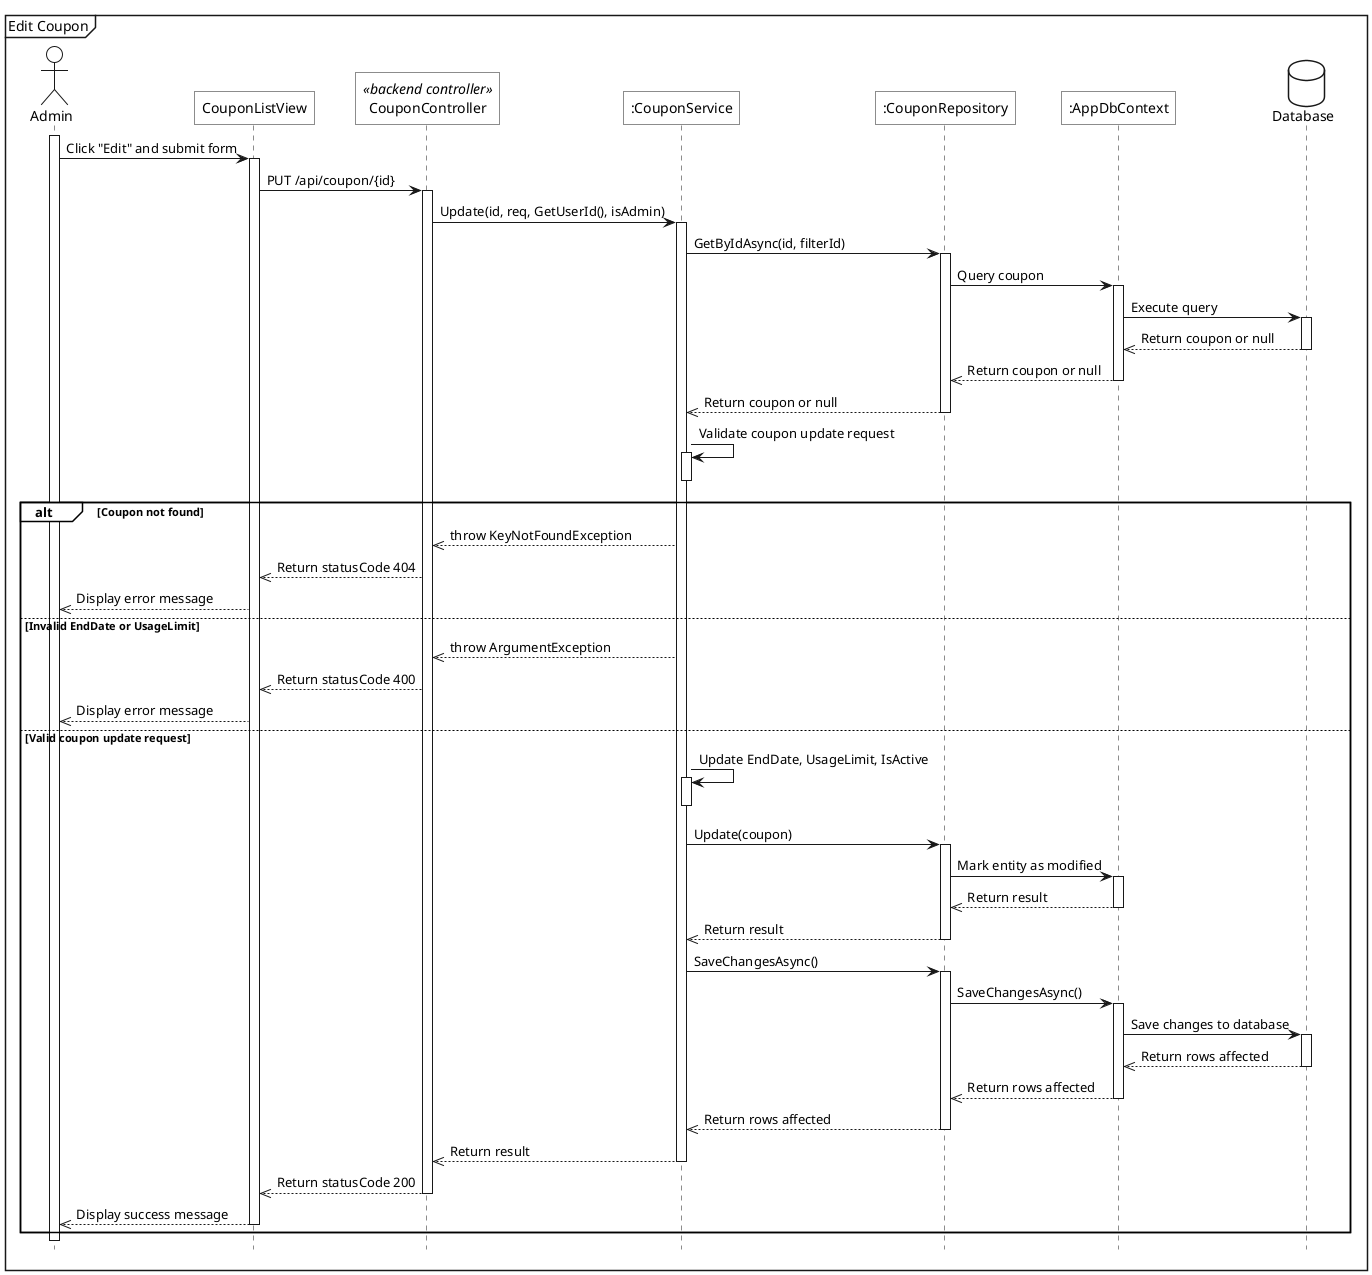
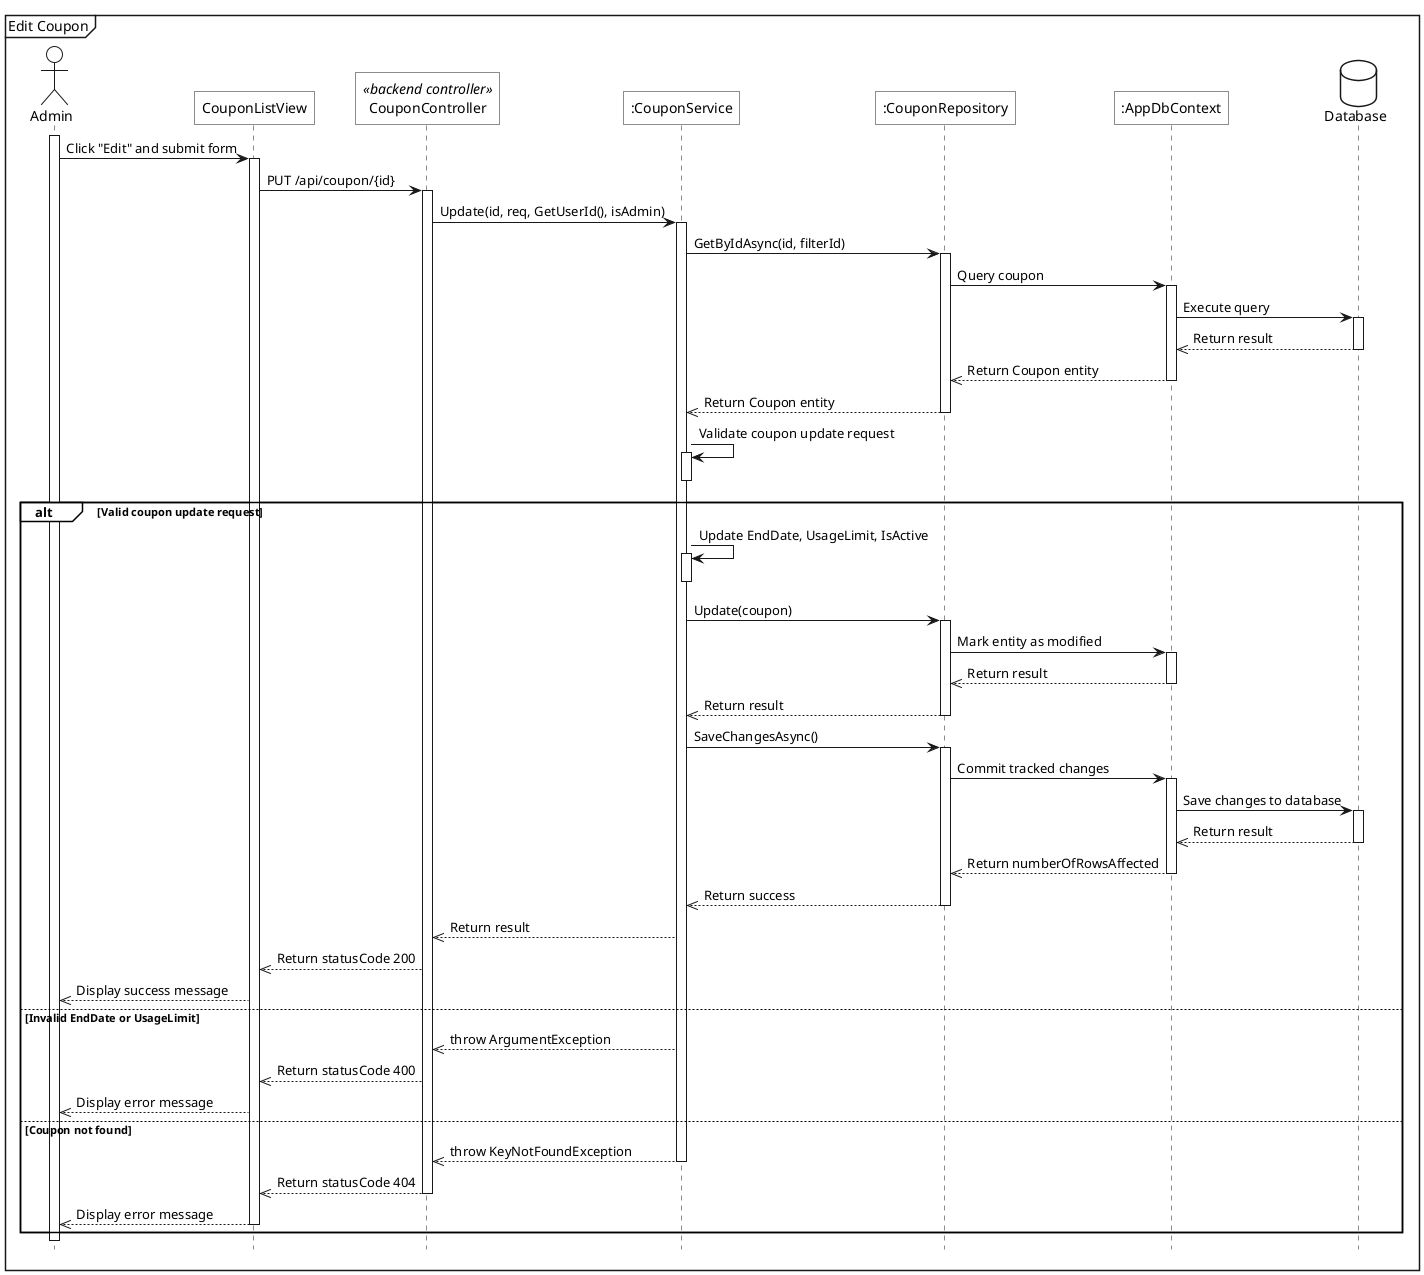
@startuml
<style>
    sequenceDiagram{
        actor{
            BackgroundColor white
            LineThickness 1.0
        }
        participant{
            BackgroundColor white
            RoundCorner 0
        }
        database{
            BackgroundColor white
        }
        groupHeader{
            BackgroundColor white
        }
        referenceHeader{
            BackgroundColor white
        }
        reference{
            BackgroundColor white
        }
    }
</style>

hide footbox

mainframe Edit Coupon

actor Admin as act
participant "CouponListView" as view
participant "CouponController" as be_ctrl <<backend controller>>
participant ":CouponService" as sv
participant ":CouponRepository" as repo
participant ":AppDbContext" as ctx
database Database as db

- act ++
- act -> view++: Click "Edit" and submit form
- view -> be_ctrl++: PUT /api/coupon/{id}
+ act++
+ act->view++: Click "Edit" and submit form
+ view->be_ctrl++: PUT /api/coupon/{id}

- be_ctrl -> sv++: Update(id, req, GetUserId(), isAdmin)
+ be_ctrl->sv++: Update(id, req, GetUserId(), isAdmin)

- sv -> repo++: GetByIdAsync(id, filterId)
- repo -> ctx++: Query coupon
- ctx -> db++: Execute query
- db -->> ctx--: Return coupon or null
- ctx -->> repo--: Return coupon or null
- repo -->> sv--: Return coupon or null
+ sv->repo++: GetByIdAsync(id, filterId)
+ repo->ctx++: Query coupon
+ ctx->db++: Execute query
+ db-->>ctx--: Return result
+ ctx-->>repo--: Return Coupon entity
+ repo-->>sv--: Return Coupon entity

- sv -> sv++: Validate coupon update request
- sv --
+ sv->sv++: Validate coupon update request
+ sv--

- alt Coupon not found
-     sv -->> be_ctrl: throw KeyNotFoundException
-     be_ctrl -->> view: Return statusCode 404
-     view -->> act: Display error message
+ alt Valid coupon update request
+     sv->sv++: Update EndDate, UsageLimit, IsActive
+     sv--
+ 
+     sv->repo++: Update(coupon)
+     repo->ctx++: Mark entity as modified
+     ctx-->>repo--: Return result
+     repo-->>sv--: Return result
+ 
+     sv->repo++: SaveChangesAsync()
+     repo->ctx++: Commit tracked changes
+     ctx->db++: Save changes to database
+     db-->>ctx--: Return result
+     ctx-->>repo--: Return numberOfRowsAffected
+     repo-->>sv--: Return success
+ 
+     sv-->>be_ctrl: Return result
+     be_ctrl-->>view: Return statusCode 200
+     view-->>act: Display success message
else Invalid EndDate or UsageLimit
-     sv -->> be_ctrl: throw ArgumentException
-     be_ctrl -->> view: Return statusCode 400
-     view -->> act: Display error message
- else Valid coupon update request
-     sv -> sv++: Update EndDate, UsageLimit, IsActive
-     sv --
- 
-     sv -> repo++: Update(coupon)
-     repo -> ctx++: Mark entity as modified
-     ctx -->> repo--: Return result
-     repo -->> sv--: Return result
- 
-     sv -> repo++: SaveChangesAsync()
-     repo -> ctx++: SaveChangesAsync()
-     ctx -> db++: Save changes to database
-     db -->> ctx--: Return rows affected
-     ctx -->> repo--: Return rows affected
-     repo -->> sv--: Return rows affected
- 
-     sv -->> be_ctrl--: Return result
-     be_ctrl -->> view--: Return statusCode 200
-     view -->> act--: Display success message
+     sv-->>be_ctrl: throw ArgumentException
+     be_ctrl-->>view: Return statusCode 400
+     view-->>act: Display error message
+ else Coupon not found
+     sv-->>be_ctrl--: throw KeyNotFoundException
+     be_ctrl-->>view--: Return statusCode 404
+     view-->>act--: Display error message
end
@enduml
